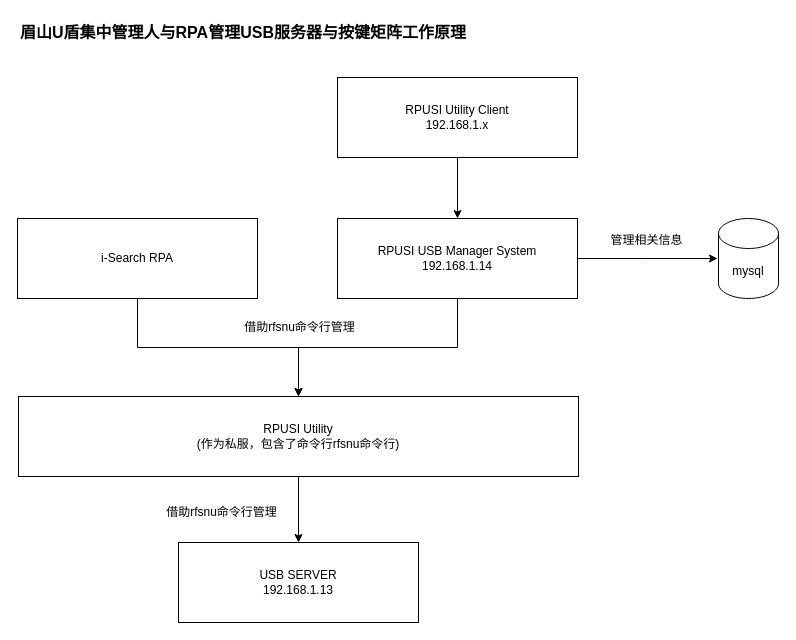
This is page "0003" (3 of 3) of src/main/work/cdjh/20231008094651.drawio from ab-doc/draw.io, a draw.io file, before an edit. Source tidied: cells renumbered, new cells numbered last; positions are measured from the earlier drawing's top-left corner, leaving out a move shared by most shapes. Both pictures are drawn from the tidied source at 100%, with x=0, y=0 at pixel (17, 17).
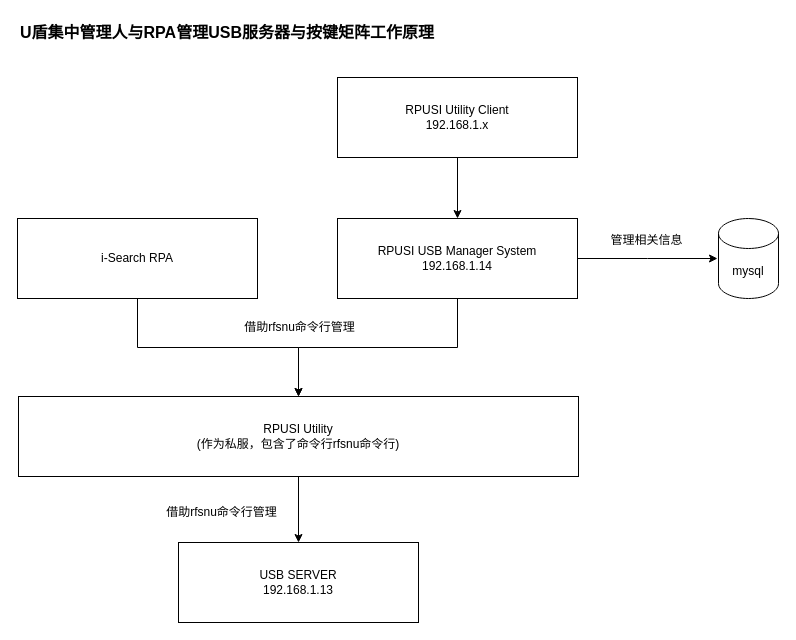
The same page after the edit.

The edit, as a diff of the source:
```diff
@@
 <mxGraphModel>
   <root>
     <mxCell id="0" />
     <mxCell id="1" parent="0" />
-    <mxCell id="2" value="&lt;b style=&quot;font-size: 16px;&quot;&gt;眉山U盾集中管理人与RPA管理USB服务器与按键矩阵工作原理&lt;/b&gt;" style="text;html=1;align=left;verticalAlign=middle;strokeColor=none;fillColor=none;fontSize=16;rounded=0;labelBackgroundColor=none;" parent="1" vertex="1">
-      <mxGeometry x="1" width="470" height="30" as="geometry" />
+    <mxCell id="2" value="&lt;b style=&quot;font-size: 16px;&quot;&gt;U盾集中管理人与RPA管理USB服务器与按键矩阵工作原理&lt;/b&gt;" style="text;html=1;align=left;verticalAlign=middle;strokeColor=none;fillColor=none;fontSize=16;rounded=0;labelBackgroundColor=none;" parent="1" vertex="1">
+      <mxGeometry x="1" width="440" height="30" as="geometry" />
     </mxCell>
     <mxCell id="3" style="edgeStyle=orthogonalEdgeStyle;rounded=0;jettySize=auto;html=1;" parent="1" edge="1" source="4" target="7">
       <mxGeometry relative="1" as="geometry" />
     </mxCell>
     <mxCell id="4" value="RPUSI&amp;nbsp;Utility Client&lt;br&gt;192.168.1.x" style="rounded=0;whiteSpace=wrap;html=1;" parent="1" vertex="1">
       <mxGeometry x="320" y="60" width="240" height="80" as="geometry" />
     </mxCell>
     <mxCell id="5" style="edgeStyle=orthogonalEdgeStyle;rounded=0;jettySize=auto;html=1;" parent="1" edge="1" source="7" target="9">
       <mxGeometry relative="1" as="geometry" />
     </mxCell>
     <mxCell id="6" style="edgeStyle=orthogonalEdgeStyle;rounded=0;jettySize=auto;html=1;" parent="1" edge="1" source="7">
       <mxGeometry relative="1" as="geometry">
         <mxPoint x="700" y="241" as="targetPoint" />
       </mxGeometry>
     </mxCell>
     <mxCell id="7" value="RPUSI&amp;nbsp;USB Manager System&lt;br&gt;192.168.1.14" style="rounded=0;whiteSpace=wrap;html=1;" parent="1" vertex="1">
       <mxGeometry x="320" y="201" width="240" height="80" as="geometry" />
     </mxCell>
     <mxCell id="8" style="edgeStyle=orthogonalEdgeStyle;rounded=0;jettySize=auto;html=1;" parent="1" edge="1" source="9" target="10">
       <mxGeometry relative="1" as="geometry" />
     </mxCell>
     <mxCell id="9" value="RPUSI Utility&lt;br style=&quot;border-color: var(--border-color);&quot;&gt;(作为私服，包含了命令行rfsnu命令行)" style="rounded=0;whiteSpace=wrap;html=1;" parent="1" vertex="1">
       <mxGeometry x="1" y="379" width="560" height="80" as="geometry" />
     </mxCell>
     <mxCell id="10" value="USB SERVER&lt;br style=&quot;border-color: var(--border-color);&quot;&gt;192.168.1.13" style="rounded=0;whiteSpace=wrap;html=1;" parent="1" vertex="1">
       <mxGeometry x="161" y="525" width="240" height="80" as="geometry" />
     </mxCell>
     <mxCell id="11" value="借助rfsnu命令行管理" style="text;html=1;align=center;verticalAlign=middle;strokeColor=none;fillColor=none;" parent="1" vertex="1">
       <mxGeometry x="139" y="480" width="130" height="30" as="geometry" />
     </mxCell>
     <mxCell id="12" style="edgeStyle=orthogonalEdgeStyle;rounded=0;jettySize=auto;html=1;" parent="1" edge="1" source="13" target="9">
       <mxGeometry relative="1" as="geometry" />
     </mxCell>
     <mxCell id="13" value="i-Search RPA" style="rounded=0;whiteSpace=wrap;html=1;" parent="1" vertex="1">
       <mxGeometry y="201" width="240" height="80" as="geometry" />
     </mxCell>
     <mxCell id="14" value="mysql" style="shape=cylinder3;whiteSpace=wrap;html=1;boundedLbl=1;backgroundOutline=1;size=15;" parent="1" vertex="1">
       <mxGeometry x="701" y="201" width="60" height="80" as="geometry" />
     </mxCell>
     <mxCell id="15" value="管理相关信息" style="text;html=1;align=center;verticalAlign=middle;strokeColor=none;fillColor=none;" parent="1" vertex="1">
       <mxGeometry x="579" y="208" width="100" height="30" as="geometry" />
     </mxCell>
     <mxCell id="16" value="借助rfsnu命令行管理" style="text;html=1;align=center;verticalAlign=middle;strokeColor=none;fillColor=none;" parent="1" vertex="1">
       <mxGeometry x="217" y="295" width="130" height="30" as="geometry" />
     </mxCell>
   </root>
 </mxGraphModel>
```
